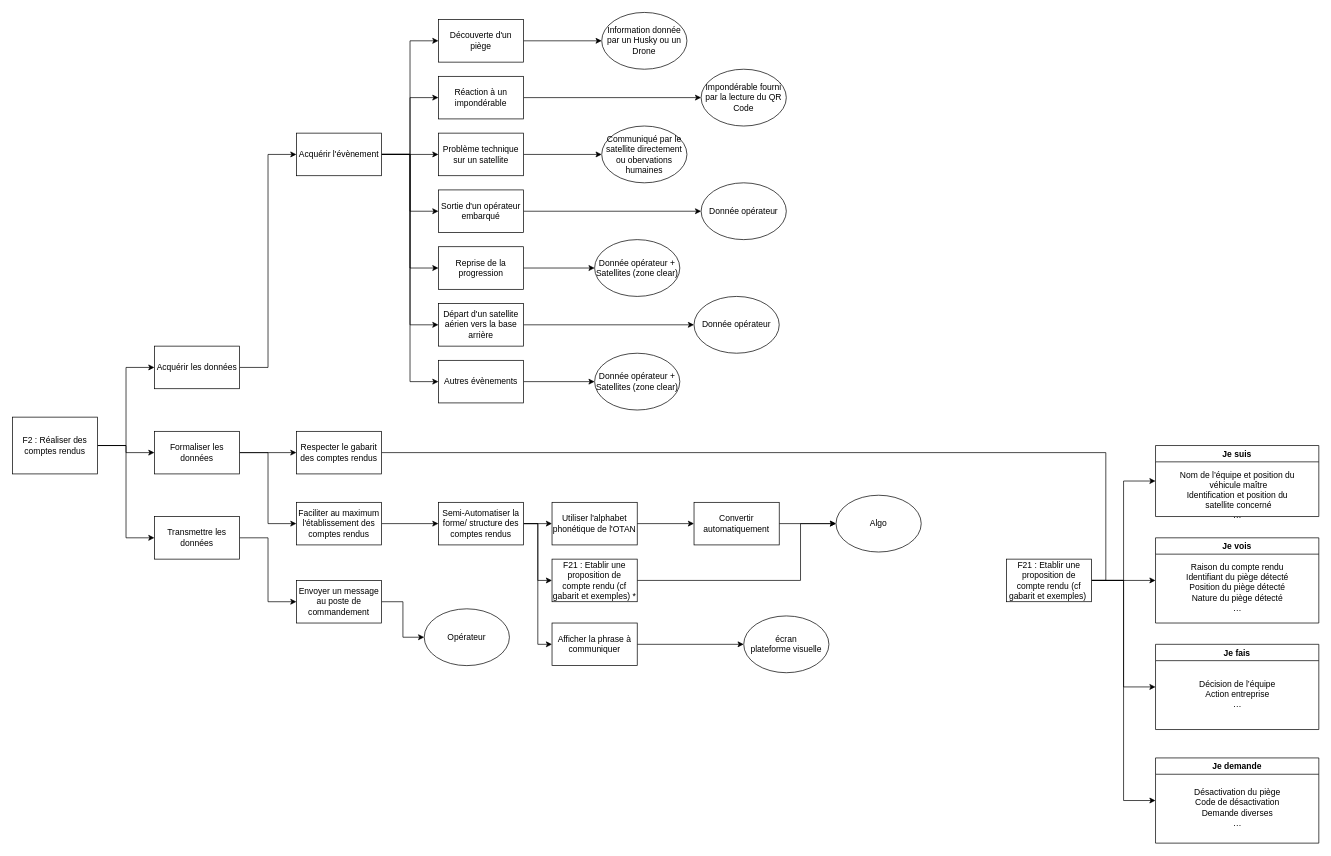
Above: Diagrammes/F23.drawio in annieliu52/CoHoMa (draw.io), before the change. Source tidied: cells renumbered, new cells numbered last; positions are measured from the earlier drawing's top-left corner, leaving out a move shared by most shapes. Both pictures are drawn from the tidied source at 71%, with x=0, y=0 at pixel (12, 12).
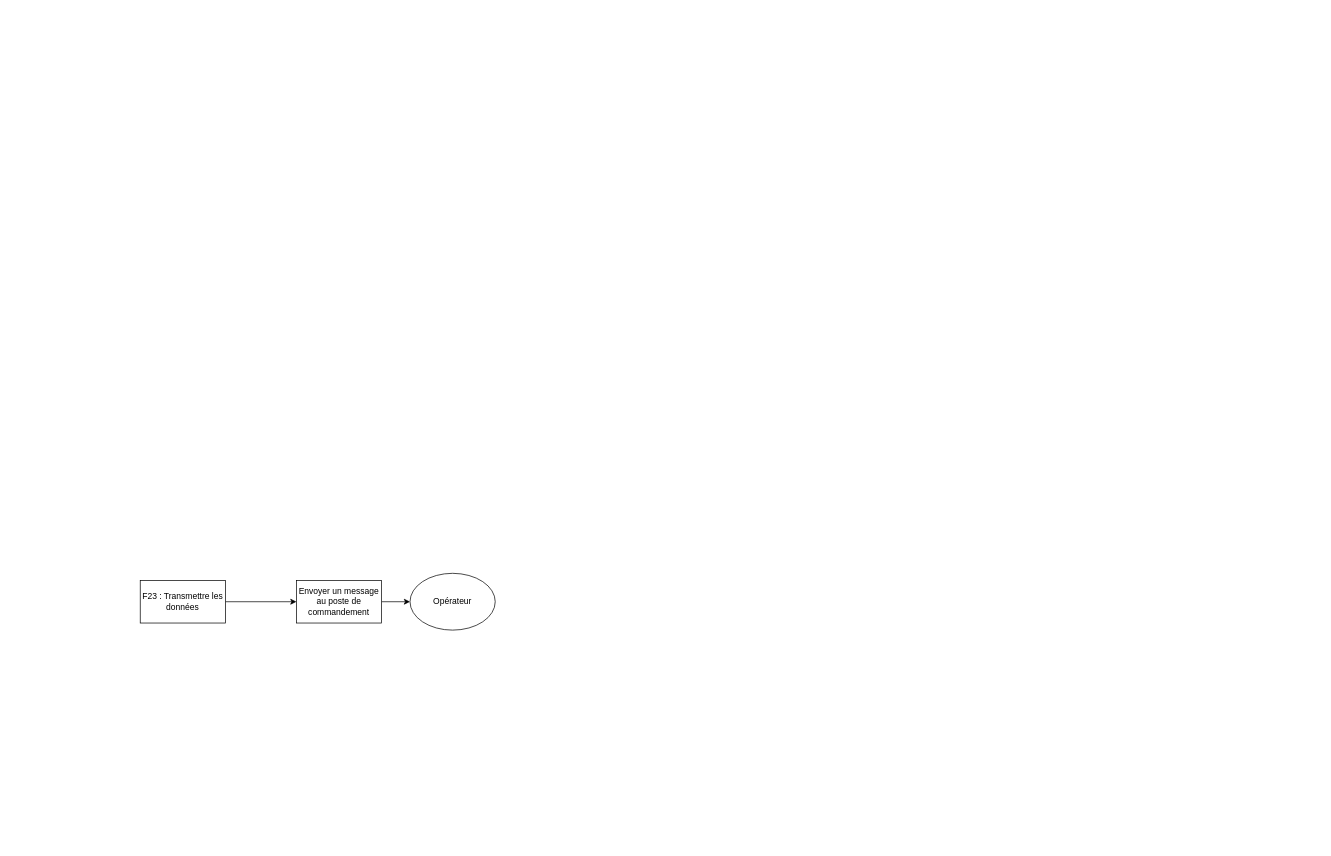
The same diagram, later.

The change refers to these unchanged cells:
```xml
<mxCell id="74" value="Envoyer un message au poste de commandement" style="rounded=0;whiteSpace=wrap;html=1;" parent="1" vertex="1">
  <mxGeometry x="400" y="800" width="120" height="60" as="geometry" />
</mxCell>
```

The edit, as a diff of the source:
```diff
@@
-    <mxCell id="2" style="edgeStyle=orthogonalEdgeStyle;rounded=0;jettySize=auto;html=1;exitX=1;exitY=0.5;exitDx=0;exitDy=0;entryX=0;entryY=0.5;entryDx=0;entryDy=0;" parent="1" edge="1" source="5" target="7">
-      <mxGeometry relative="1" as="geometry" />
-    </mxCell>
-    <mxCell id="3" style="edgeStyle=orthogonalEdgeStyle;rounded=0;jettySize=auto;html=1;exitX=1;exitY=0.5;exitDx=0;exitDy=0;entryX=0;entryY=0.5;entryDx=0;entryDy=0;" parent="1" edge="1" source="5" target="10">
-      <mxGeometry relative="1" as="geometry" />
-    </mxCell>
-    <mxCell id="4" style="edgeStyle=orthogonalEdgeStyle;rounded=0;jettySize=auto;html=1;exitX=1;exitY=0.5;exitDx=0;exitDy=0;entryX=0;entryY=0.5;entryDx=0;entryDy=0;" parent="1" edge="1" source="5" target="12">
-      <mxGeometry relative="1" as="geometry" />
-    </mxCell>
-    <mxCell id="5" value="F2 : Réaliser des comptes rendus" style="rounded=0;whiteSpace=wrap;html=1;" parent="1" vertex="1">
-      <mxGeometry y="570" width="120" height="80" as="geometry" />
-    </mxCell>
-    <mxCell id="6" style="edgeStyle=orthogonalEdgeStyle;rounded=0;jettySize=auto;html=1;exitX=1;exitY=0.5;exitDx=0;exitDy=0;entryX=0;entryY=0.5;entryDx=0;entryDy=0;" parent="1" edge="1" source="7" target="22">
-      <mxGeometry relative="1" as="geometry" />
-    </mxCell>
-    <mxCell id="7" value="Acquérir les données" style="rounded=0;whiteSpace=wrap;html=1;" parent="1" vertex="1">
-      <mxGeometry x="200" y="470" width="120" height="60" as="geometry" />
-    </mxCell>
-    <mxCell id="8" style="edgeStyle=orthogonalEdgeStyle;rounded=0;jettySize=auto;html=1;exitX=1;exitY=0.5;exitDx=0;exitDy=0;entryX=0;entryY=0.5;entryDx=0;entryDy=0;" parent="1" edge="1" source="10" target="14">
-      <mxGeometry relative="1" as="geometry" />
-    </mxCell>
-    <mxCell id="9" style="edgeStyle=orthogonalEdgeStyle;rounded=0;jettySize=auto;html=1;exitX=1;exitY=0.5;exitDx=0;exitDy=0;entryX=0;entryY=0.5;entryDx=0;entryDy=0;" parent="1" edge="1" source="10" target="24">
-      <mxGeometry relative="1" as="geometry" />
-    </mxCell>
-    <mxCell id="10" value="Formaliser les données" style="rounded=0;whiteSpace=wrap;html=1;" parent="1" vertex="1">
-      <mxGeometry x="200" y="590" width="120" height="60" as="geometry" />
-    </mxCell>
@@
-    <mxCell id="12" value="Transmettre les données" style="rounded=0;whiteSpace=wrap;html=1;" parent="1" vertex="1">
-      <mxGeometry x="200" y="710" width="120" height="60" as="geometry" />
+    <mxCell id="12" value="F23 : Transmettre les données" style="rounded=0;whiteSpace=wrap;html=1;" parent="1" vertex="1">
+      <mxGeometry x="180" y="800" width="120" height="60" as="geometry" />
     </mxCell>
-    <mxCell id="13" style="edgeStyle=orthogonalEdgeStyle;rounded=0;jettySize=auto;html=1;exitX=1;exitY=0.5;exitDx=0;exitDy=0;entryX=1;entryY=0.5;entryDx=0;entryDy=0;endArrow=none;endFill=0;" parent="1" edge="1" source="14" target="64">
-      <mxGeometry relative="1" as="geometry" />
-    </mxCell>
-    <mxCell id="14" value="Respecter le gabarit des comptes rendus" style="rounded=0;whiteSpace=wrap;html=1;" parent="1" vertex="1">
-      <mxGeometry x="400" y="590" width="120" height="60" as="geometry" />
-    </mxCell>
-    <mxCell id="15" style="edgeStyle=orthogonalEdgeStyle;rounded=0;jettySize=auto;html=1;exitX=1;exitY=0.5;exitDx=0;exitDy=0;entryX=0;entryY=0.5;entryDx=0;entryDy=0;" parent="1" edge="1" source="22" target="26">
-      <mxGeometry relative="1" as="geometry" />
-    </mxCell>
-    <mxCell id="16" style="edgeStyle=orthogonalEdgeStyle;rounded=0;jettySize=auto;html=1;exitX=1;exitY=0.5;exitDx=0;exitDy=0;entryX=0;entryY=0.5;entryDx=0;entryDy=0;" parent="1" edge="1" source="22" target="28">
-      <mxGeometry relative="1" as="geometry" />
-    </mxCell>
-    <mxCell id="17" style="edgeStyle=orthogonalEdgeStyle;rounded=0;jettySize=auto;html=1;exitX=1;exitY=0.5;exitDx=0;exitDy=0;entryX=0;entryY=0.5;entryDx=0;entryDy=0;" parent="1" edge="1" source="22" target="30">
-      <mxGeometry relative="1" as="geometry" />
-    </mxCell>
-    <mxCell id="18" style="edgeStyle=orthogonalEdgeStyle;rounded=0;jettySize=auto;html=1;exitX=1;exitY=0.5;exitDx=0;exitDy=0;entryX=0;entryY=0.5;entryDx=0;entryDy=0;" parent="1" edge="1" source="22" target="32">
-      <mxGeometry relative="1" as="geometry" />
-    </mxCell>
-    <mxCell id="19" style="edgeStyle=orthogonalEdgeStyle;rounded=0;jettySize=auto;html=1;exitX=1;exitY=0.5;exitDx=0;exitDy=0;entryX=0;entryY=0.5;entryDx=0;entryDy=0;" parent="1" edge="1" source="22" target="34">
-      <mxGeometry relative="1" as="geometry" />
-    </mxCell>
-    <mxCell id="20" style="edgeStyle=orthogonalEdgeStyle;rounded=0;jettySize=auto;html=1;exitX=1;exitY=0.5;exitDx=0;exitDy=0;entryX=0;entryY=0.5;entryDx=0;entryDy=0;" parent="1" edge="1" source="22" target="36">
-      <mxGeometry relative="1" as="geometry" />
-    </mxCell>
-    <mxCell id="21" style="edgeStyle=orthogonalEdgeStyle;rounded=0;jettySize=auto;html=1;exitX=1;exitY=0.5;exitDx=0;exitDy=0;entryX=0;entryY=0.5;entryDx=0;entryDy=0;" parent="1" edge="1" source="22" target="38">
-      <mxGeometry relative="1" as="geometry" />
-    </mxCell>
-    <mxCell id="22" value="Acquérir l'évènement" style="rounded=0;whiteSpace=wrap;html=1;" parent="1" vertex="1">
-      <mxGeometry x="400" y="170" width="120" height="60" as="geometry" />
-    </mxCell>
-    <mxCell id="23" style="edgeStyle=orthogonalEdgeStyle;rounded=0;jettySize=auto;html=1;exitX=1;exitY=0.5;exitDx=0;exitDy=0;entryX=0;entryY=0.5;entryDx=0;entryDy=0;" parent="1" edge="1" source="24" target="49">
-      <mxGeometry relative="1" as="geometry" />
-    </mxCell>
-    <mxCell id="24" value="Faciliter au maximum l'établissement des comptes rendus" style="rounded=0;whiteSpace=wrap;html=1;" parent="1" vertex="1">
-      <mxGeometry x="400" y="690" width="120" height="60" as="geometry" />
-    </mxCell>
-    <mxCell id="25" style="edgeStyle=orthogonalEdgeStyle;rounded=0;jettySize=auto;html=1;exitX=1;exitY=0.5;exitDx=0;exitDy=0;" parent="1" edge="1" source="26" target="39">
-      <mxGeometry relative="1" as="geometry" />
-    </mxCell>
-    <mxCell id="26" value="Découverte d'un piège" style="rounded=0;whiteSpace=wrap;html=1;" parent="1" vertex="1">
-      <mxGeometry x="600" y="10" width="120" height="60" as="geometry" />
-    </mxCell>
-    <mxCell id="27" style="edgeStyle=orthogonalEdgeStyle;rounded=0;jettySize=auto;html=1;exitX=1;exitY=0.5;exitDx=0;exitDy=0;entryX=0;entryY=0.5;entryDx=0;entryDy=0;" parent="1" edge="1" source="28" target="40">
-      <mxGeometry relative="1" as="geometry" />
-    </mxCell>
-    <mxCell id="28" value="Réaction à un impondérable" style="rounded=0;whiteSpace=wrap;html=1;" parent="1" vertex="1">
-      <mxGeometry x="600" y="90" width="120" height="60" as="geometry" />
-    </mxCell>
-    <mxCell id="29" style="edgeStyle=orthogonalEdgeStyle;rounded=0;jettySize=auto;html=1;exitX=1;exitY=0.5;exitDx=0;exitDy=0;entryX=0;entryY=0.5;entryDx=0;entryDy=0;" parent="1" edge="1" source="30" target="41">
-      <mxGeometry relative="1" as="geometry" />
-    </mxCell>
-    <mxCell id="30" value="Problème technique sur un satellite" style="rounded=0;whiteSpace=wrap;html=1;" parent="1" vertex="1">
-      <mxGeometry x="600" y="170" width="120" height="60" as="geometry" />
-    </mxCell>
-    <mxCell id="31" style="edgeStyle=orthogonalEdgeStyle;rounded=0;jettySize=auto;html=1;exitX=1;exitY=0.5;exitDx=0;exitDy=0;entryX=0;entryY=0.5;entryDx=0;entryDy=0;" parent="1" edge="1" source="32" target="42">
-      <mxGeometry relative="1" as="geometry" />
-    </mxCell>
-    <mxCell id="32" value="Sortie d'un opérateur embarqué" style="rounded=0;whiteSpace=wrap;html=1;" parent="1" vertex="1">
-      <mxGeometry x="600" y="250" width="120" height="60" as="geometry" />
-    </mxCell>
-    <mxCell id="33" style="edgeStyle=orthogonalEdgeStyle;rounded=0;jettySize=auto;html=1;exitX=1;exitY=0.5;exitDx=0;exitDy=0;entryX=0;entryY=0.5;entryDx=0;entryDy=0;" parent="1" edge="1" source="34" target="43">
-      <mxGeometry relative="1" as="geometry" />
-    </mxCell>
-    <mxCell id="34" value="Reprise de la progression" style="rounded=0;whiteSpace=wrap;html=1;" parent="1" vertex="1">
-      <mxGeometry x="600" y="330" width="120" height="60" as="geometry" />
-    </mxCell>
-    <mxCell id="35" style="edgeStyle=orthogonalEdgeStyle;rounded=0;jettySize=auto;html=1;exitX=1;exitY=0.5;exitDx=0;exitDy=0;" parent="1" edge="1" source="36" target="44">
-      <mxGeometry relative="1" as="geometry" />
-    </mxCell>
-    <mxCell id="36" value="Départ d'un satellite aérien vers la base arrière" style="rounded=0;whiteSpace=wrap;html=1;" parent="1" vertex="1">
-      <mxGeometry x="600" y="410" width="120" height="60" as="geometry" />
-    </mxCell>
-    <mxCell id="37" style="edgeStyle=orthogonalEdgeStyle;rounded=0;jettySize=auto;html=1;exitX=1;exitY=0.5;exitDx=0;exitDy=0;entryX=0;entryY=0.5;entryDx=0;entryDy=0;" parent="1" edge="1" source="38" target="45">
-      <mxGeometry relative="1" as="geometry" />
-    </mxCell>
-    <mxCell id="38" value="Autres évènements" style="rounded=0;whiteSpace=wrap;html=1;" parent="1" vertex="1">
-      <mxGeometry x="600" y="490" width="120" height="60" as="geometry" />
-    </mxCell>
-    <mxCell id="39" value="Information donnée par un Husky ou un Drone" style="ellipse;whiteSpace=wrap;html=1;" parent="1" vertex="1">
-      <mxGeometry x="830" width="120" height="80" as="geometry" />
-    </mxCell>
-    <mxCell id="40" value="Impondérable fourni par la lecture du QR Code" style="ellipse;whiteSpace=wrap;html=1;" parent="1" vertex="1">
-      <mxGeometry x="970" y="80" width="120" height="80" as="geometry" />
-    </mxCell>
-    <mxCell id="41" value="Communiqué par le satellite directement ou obervations humaines" style="ellipse;whiteSpace=wrap;html=1;" parent="1" vertex="1">
-      <mxGeometry x="830" y="160" width="120" height="80" as="geometry" />
-    </mxCell>
-    <mxCell id="42" value="Donnée opérateur" style="ellipse;whiteSpace=wrap;html=1;" parent="1" vertex="1">
-      <mxGeometry x="970" y="240" width="120" height="80" as="geometry" />
-    </mxCell>
-    <mxCell id="43" value="Donnée opérateur + Satellites (zone clear)" style="ellipse;whiteSpace=wrap;html=1;" parent="1" vertex="1">
-      <mxGeometry x="820" y="320" width="120" height="80" as="geometry" />
-    </mxCell>
-    <mxCell id="44" value="Donnée opérateur" style="ellipse;whiteSpace=wrap;html=1;" parent="1" vertex="1">
-      <mxGeometry x="960" y="400" width="120" height="80" as="geometry" />
-    </mxCell>
-    <mxCell id="45" value="Donnée opérateur + Satellites (zone clear)" style="ellipse;whiteSpace=wrap;html=1;" parent="1" vertex="1">
-      <mxGeometry x="820" y="480" width="120" height="80" as="geometry" />
-    </mxCell>
-    <mxCell id="46" style="edgeStyle=orthogonalEdgeStyle;rounded=0;jettySize=auto;html=1;exitX=1;exitY=0.5;exitDx=0;exitDy=0;entryX=0;entryY=0.5;entryDx=0;entryDy=0;" parent="1" edge="1" source="49" target="51">
-      <mxGeometry relative="1" as="geometry" />
-    </mxCell>
-    <mxCell id="47" style="edgeStyle=orthogonalEdgeStyle;rounded=0;jettySize=auto;html=1;exitX=1;exitY=0.5;exitDx=0;exitDy=0;entryX=0;entryY=0.5;entryDx=0;entryDy=0;" parent="1" edge="1" source="49" target="53">
-      <mxGeometry relative="1" as="geometry" />
-    </mxCell>
-    <mxCell id="48" style="edgeStyle=orthogonalEdgeStyle;rounded=0;jettySize=auto;html=1;exitX=1;exitY=0.5;exitDx=0;exitDy=0;entryX=0;entryY=0.5;entryDx=0;entryDy=0;" parent="1" edge="1" source="49" target="55">
-      <mxGeometry relative="1" as="geometry" />
-    </mxCell>
-    <mxCell id="49" value="Semi-Automatiser la forme/ structure des comptes rendus" style="rounded=0;whiteSpace=wrap;html=1;" parent="1" vertex="1">
-      <mxGeometry x="600" y="690" width="120" height="60" as="geometry" />
-    </mxCell>
-    <mxCell id="50" style="edgeStyle=orthogonalEdgeStyle;rounded=0;jettySize=auto;html=1;exitX=1;exitY=0.5;exitDx=0;exitDy=0;entryX=0;entryY=0.5;entryDx=0;entryDy=0;" parent="1" edge="1" source="51" target="58">
-      <mxGeometry relative="1" as="geometry" />
-    </mxCell>
-    <mxCell id="51" value="Utiliser l'alphabet phonétique de l'OTAN" style="rounded=0;whiteSpace=wrap;html=1;" parent="1" vertex="1">
-      <mxGeometry x="760" y="690" width="120" height="60" as="geometry" />
-    </mxCell>
-    <mxCell id="52" style="edgeStyle=orthogonalEdgeStyle;rounded=0;jettySize=auto;html=1;exitX=1;exitY=0.5;exitDx=0;exitDy=0;entryX=0;entryY=0.5;entryDx=0;entryDy=0;" parent="1" edge="1" source="53" target="59">
-      <mxGeometry relative="1" as="geometry">
-        <Array as="points">
-          <mxPoint x="1110" y="800" />
-          <mxPoint x="1110" y="720" />
-        </Array>
-      </mxGeometry>
-    </mxCell>
-    <mxCell id="53" value="F21 : Etablir une proposition de compte rendu (cf gabarit et exemples) *" style="rounded=0;whiteSpace=wrap;html=1;" parent="1" vertex="1">
-      <mxGeometry x="760" y="770" width="120" height="60" as="geometry" />
-    </mxCell>
-    <mxCell id="54" style="edgeStyle=orthogonalEdgeStyle;rounded=0;jettySize=auto;html=1;exitX=1;exitY=0.5;exitDx=0;exitDy=0;entryX=0;entryY=0.5;entryDx=0;entryDy=0;" parent="1" edge="1" source="55" target="56">
-      <mxGeometry relative="1" as="geometry" />
-    </mxCell>
-    <mxCell id="55" value="Afficher la phrase à communiquer" style="rounded=0;whiteSpace=wrap;html=1;" parent="1" vertex="1">
-      <mxGeometry x="760" y="860" width="120" height="60" as="geometry" />
-    </mxCell>
-    <mxCell id="56" value="écran&lt;br&gt;plateforme visuelle" style="ellipse;whiteSpace=wrap;html=1;" parent="1" vertex="1">
-      <mxGeometry x="1030" y="850" width="120" height="80" as="geometry" />
-    </mxCell>
-    <mxCell id="57" style="edgeStyle=orthogonalEdgeStyle;rounded=0;jettySize=auto;html=1;exitX=1;exitY=0.5;exitDx=0;exitDy=0;entryX=0;entryY=0.5;entryDx=0;entryDy=0;" parent="1" edge="1" source="58" target="59">
-      <mxGeometry relative="1" as="geometry" />
-    </mxCell>
-    <mxCell id="58" value="Convertir automatiquement" style="rounded=0;whiteSpace=wrap;html=1;" parent="1" vertex="1">
-      <mxGeometry x="960" y="690" width="120" height="60" as="geometry" />
-    </mxCell>
-    <mxCell id="59" value="Algo" style="ellipse;whiteSpace=wrap;html=1;" parent="1" vertex="1">
-      <mxGeometry x="1160" y="680" width="120" height="80" as="geometry" />
-    </mxCell>
-    <mxCell id="60" style="edgeStyle=orthogonalEdgeStyle;rounded=0;jettySize=auto;html=1;exitX=1;exitY=0.5;exitDx=0;exitDy=0;entryX=0;entryY=0.5;entryDx=0;entryDy=0;" parent="1" edge="1" source="64" target="65">
-      <mxGeometry relative="1" as="geometry" />
-    </mxCell>
-    <mxCell id="61" style="edgeStyle=orthogonalEdgeStyle;rounded=0;jettySize=auto;html=1;exitX=1;exitY=0.5;exitDx=0;exitDy=0;entryX=0;entryY=0.5;entryDx=0;entryDy=0;" parent="1" edge="1" source="64" target="67">
-      <mxGeometry relative="1" as="geometry" />
-    </mxCell>
-    <mxCell id="62" style="edgeStyle=orthogonalEdgeStyle;rounded=0;jettySize=auto;html=1;exitX=1;exitY=0.5;exitDx=0;exitDy=0;entryX=0;entryY=0.5;entryDx=0;entryDy=0;" parent="1" edge="1" source="64" target="69">
-      <mxGeometry relative="1" as="geometry" />
-    </mxCell>
-    <mxCell id="63" style="edgeStyle=orthogonalEdgeStyle;rounded=0;jettySize=auto;html=1;exitX=1;exitY=0.5;exitDx=0;exitDy=0;entryX=0;entryY=0.5;entryDx=0;entryDy=0;" parent="1" edge="1" source="64" target="71">
-      <mxGeometry relative="1" as="geometry" />
-    </mxCell>
-    <mxCell id="64" value="F21 : Etablir une proposition de compte rendu (cf gabarit et exemples)&amp;nbsp;" style="rounded=0;whiteSpace=wrap;html=1;" parent="1" vertex="1">
-      <mxGeometry x="1400" y="770" width="120" height="60" as="geometry" />
-    </mxCell>
-    <mxCell id="65" value="Je suis" style="swimlane;" parent="1" vertex="1">
-      <mxGeometry x="1610" y="610" width="230" height="100" as="geometry" />
-    </mxCell>
-    <mxCell id="66" value="Nom de l’équipe et position du&lt;br&gt;&amp;nbsp;véhicule maître&lt;br&gt;Identification et position du&lt;br&gt;&amp;nbsp;satellite concerné &lt;br&gt;…" style="text;html=1;align=center;verticalAlign=middle;strokeColor=none;fillColor=none;" parent="65" vertex="1">
-      <mxGeometry x="25" y="30" width="180" height="80" as="geometry" />
-    </mxCell>
-    <mxCell id="67" value="Je vois" style="swimlane;" parent="1" vertex="1">
-      <mxGeometry x="1610" y="740" width="230" height="120" as="geometry" />
-    </mxCell>
-    <mxCell id="68" value="Raison du compte rendu&lt;br&gt;Identifiant du piège détecté&lt;br&gt;Position du piège détecté&lt;br&gt;Nature du piège détecté&lt;br&gt;…" style="text;html=1;align=center;verticalAlign=middle;strokeColor=none;fillColor=none;" parent="67" vertex="1">
-      <mxGeometry x="35" y="30" width="160" height="80" as="geometry" />
-    </mxCell>
-    <mxCell id="69" value="Je fais" style="swimlane;" parent="1" vertex="1">
-      <mxGeometry x="1610" y="890" width="230" height="120" as="geometry" />
-    </mxCell>
-    <mxCell id="70" value="Décision de l’équipe&lt;br&gt;Action entreprise&lt;br&gt;…" style="text;html=1;align=center;verticalAlign=middle;strokeColor=none;fillColor=none;" parent="69" vertex="1">
-      <mxGeometry x="55" y="45" width="120" height="50" as="geometry" />
-    </mxCell>
-    <mxCell id="71" value="Je demande" style="swimlane;" parent="1" vertex="1">
-      <mxGeometry x="1610" y="1050" width="230" height="120" as="geometry" />
-    </mxCell>
-    <mxCell id="72" value="Désactivation du piège&lt;br/&gt;Code de désactivation&lt;br/&gt;Demande diverses&lt;br/&gt;…" style="text;html=1;align=center;verticalAlign=middle;strokeColor=none;fillColor=none;" parent="71" vertex="1">
-      <mxGeometry x="45" y="40" width="140" height="60" as="geometry" />
-    </mxCell>
-    <mxCell id="73" style="edgeStyle=orthogonalEdgeStyle;rounded=0;jettySize=auto;html=1;exitX=1;exitY=0.5;exitDx=0;exitDy=0;entryX=0;entryY=0.5;entryDx=0;entryDy=0;endArrow=classic;endFill=1;" parent="1" edge="1" source="74" target="75">
+    <mxCell id="73" style="edgeStyle=orthogonalEdgeStyle;rounded=0;jettySize=auto;html=1;exitX=1;exitY=0.5;exitDx=0;exitDy=0;entryX=0;entryY=0.5;entryDx=0;entryDy=0;" parent="1" edge="1" source="74" target="75">
       <mxGeometry relative="1" as="geometry" />
     </mxCell>
@@
     <mxCell id="75" value="Opérateur" style="ellipse;whiteSpace=wrap;html=1;" parent="1" vertex="1">
-      <mxGeometry x="580" y="840" width="120" height="80" as="geometry" />
+      <mxGeometry x="560" y="790" width="120" height="80" as="geometry" />
     </mxCell>
```
